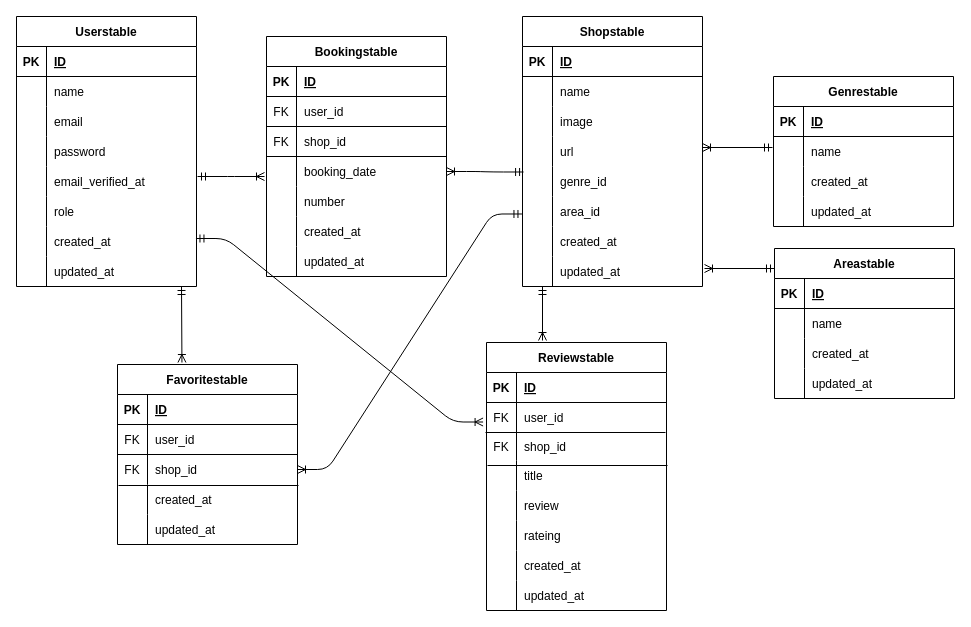
This is ER.drawio from Otsumu/Diningnavi, a draw.io file, before an edit. Source tidied: cells renumbered, new cells numbered last; positions are measured from the earlier drawing's top-left corner, leaving out a move shared by most shapes. Both pictures are drawn from the tidied source at 100%, with x=0, y=0 at pixel (16, 16).
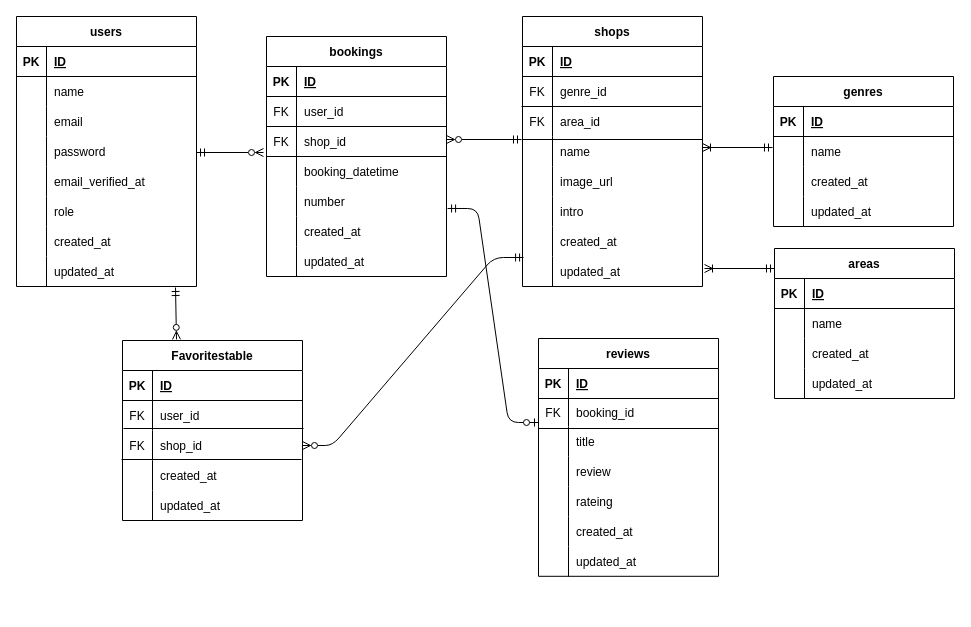
Above is the later version.

Unchanged cells that the change refers to:
```xml
<mxCell id="21" style="shape=tableRow;horizontal=0;startSize=0;swimlaneHead=0;swimlaneBody=0;fillColor=none;points=[[0,0.5],[1,0.5]];portConstraint=eastwest;top=0;left=0;right=0;bottom=0;rounded=0;" parent="2" vertex="1">
  <mxGeometry y="210" width="180" height="30" as="geometry" />
</mxCell>
<mxCell id="46" style="shape=tableRow;horizontal=0;startSize=0;swimlaneHead=0;swimlaneBody=0;fillColor=none;points=[[0,0.5],[1,0.5]];portConstraint=eastwest;top=0;left=0;right=0;bottom=0;rounded=0;" parent="27" vertex="1">
  <mxGeometry y="210" width="180" height="30" as="geometry" />
</mxCell>
<mxCell id="62" style="shape=tableRow;horizontal=0;startSize=0;swimlaneHead=0;swimlaneBody=0;fillColor=none;points=[[0,0.5],[1,0.5]];portConstraint=eastwest;top=0;left=0;right=0;bottom=0;rounded=0;" parent="52" vertex="1">
  <mxGeometry y="120" width="180" height="30" as="geometry" />
</mxCell>
<mxCell id="65" style="shape=tableRow;horizontal=0;startSize=0;swimlaneHead=0;swimlaneBody=0;fillColor=none;points=[[0,0.5],[1,0.5]];portConstraint=eastwest;top=0;left=0;right=0;bottom=0;rounded=0;" parent="52" vertex="1">
  <mxGeometry y="150" width="180" height="30" as="geometry" />
</mxCell>
<mxCell id="71" style="shape=tableRow;horizontal=0;startSize=0;swimlaneHead=0;swimlaneBody=0;fillColor=none;top=0;left=0;right=0;bottom=0;rounded=0;" parent="52" vertex="1">
  <mxGeometry y="210" width="180" height="30" as="geometry" />
</mxCell>
<mxCell id="110" style="shape=tableRow;horizontal=0;startSize=0;swimlaneHead=0;swimlaneBody=0;fillColor=none;points=[[0,0.5],[1,0.5]];portConstraint=eastwest;top=0;left=0;right=0;bottom=0;rounded=0;" parent="103" vertex="1">
  <mxGeometry y="90" width="180" height="30" as="geometry" />
</mxCell>
```

Change to the diagram source:
```diff
@@
-    <mxCell id="2" value="Userstable" style="shape=table;startSize=30;childLayout=tableLayout;rowLines=0;fontStyle=1;align=center;rounded=0;" parent="1" vertex="1">
+    <mxCell id="2" value="users" style="shape=table;startSize=30;childLayout=tableLayout;rowLines=0;fontStyle=1;align=center;rounded=0;" parent="1" vertex="1">
       <mxGeometry width="180" height="270" as="geometry" />
     </mxCell>
@@
-    <mxCell id="27" value="Shopstable" style="shape=table;startSize=30;childLayout=tableLayout;rowLines=0;fontStyle=1;align=center;rounded=0;" parent="1" vertex="1">
+    <mxCell id="27" value="shops" style="shape=table;startSize=30;childLayout=tableLayout;rowLines=0;fontStyle=1;align=center;rounded=0;" parent="1" vertex="1">
       <mxGeometry x="506" width="180" height="270" as="geometry" />
     </mxCell>
@@
+    <mxCell id="156" style="shape=tableRow;horizontal=0;startSize=0;swimlaneHead=0;swimlaneBody=0;fillColor=none;top=0;left=0;right=0;bottom=0;rounded=0;" parent="27" vertex="1">
+      <mxGeometry y="60" width="180" height="30" as="geometry" />
+    </mxCell>
+    <mxCell id="157" value="FK" style="shape=partialRectangle;fillColor=none;top=0;left=0;bottom=0;right=0;overflow=hidden;rounded=0;" parent="156" vertex="1">
+      <mxGeometry width="30" height="30" as="geometry" />
+    </mxCell>
+    <mxCell id="42" value="genre_id" style="shape=partialRectangle;fillColor=none;top=0;left=0;bottom=0;right=0;align=left;spacingLeft=6;overflow=hidden;rounded=0;" parent="156" vertex="1">
+      <mxGeometry x="30" width="150" height="30" as="geometry" />
+    </mxCell>
+    <mxCell id="158" style="shape=tableRow;horizontal=0;startSize=0;swimlaneHead=0;swimlaneBody=0;fillColor=none;top=0;left=0;right=0;bottom=0;rounded=0;" parent="27" vertex="1">
+      <mxGeometry y="90" width="180" height="30" as="geometry" />
+    </mxCell>
+    <mxCell id="159" value="FK" style="shape=partialRectangle;fillColor=none;top=0;left=0;bottom=0;right=0;overflow=hidden;rounded=0;" parent="158" vertex="1">
+      <mxGeometry width="30" height="30" as="geometry" />
+    </mxCell>
+    <mxCell id="45" value="area_id" style="shape=partialRectangle;fillColor=none;top=0;left=0;bottom=0;right=0;align=left;spacingLeft=6;overflow=hidden;rounded=0;" parent="158" vertex="1">
+      <mxGeometry x="30" width="150" height="30" as="geometry" />
+    </mxCell>
     <mxCell id="31" style="shape=tableRow;horizontal=0;startSize=0;swimlaneHead=0;swimlaneBody=0;fillColor=none;top=0;left=0;right=0;bottom=0;rounded=0;" parent="27" vertex="1">
-      <mxGeometry y="60" width="180" height="30" as="geometry" />
+      <mxGeometry y="120" width="180" height="30" as="geometry" />
     </mxCell>
@@
     <mxCell id="34" style="shape=tableRow;horizontal=0;startSize=0;swimlaneHead=0;swimlaneBody=0;fillColor=none;top=0;left=0;right=0;bottom=0;rounded=0;" parent="27" vertex="1">
-      <mxGeometry y="90" width="180" height="30" as="geometry" />
+      <mxGeometry y="150" width="180" height="30" as="geometry" />
     </mxCell>
@@
-    <mxCell id="36" value="image" style="shape=partialRectangle;fillColor=none;top=0;left=0;bottom=0;right=0;align=left;spacingLeft=6;overflow=hidden;rounded=0;" parent="34" vertex="1">
+    <mxCell id="36" value="image_url" style="shape=partialRectangle;fillColor=none;top=0;left=0;bottom=0;right=0;align=left;spacingLeft=6;overflow=hidden;rounded=0;" parent="34" vertex="1">
       <mxGeometry x="30" width="150" height="30" as="geometry" />
     </mxCell>
     <mxCell id="37" style="shape=tableRow;horizontal=0;startSize=0;swimlaneHead=0;swimlaneBody=0;fillColor=none;top=0;left=0;right=0;bottom=0;rounded=0;" parent="27" vertex="1">
-      <mxGeometry y="120" width="180" height="30" as="geometry" />
+      <mxGeometry y="180" width="180" height="30" as="geometry" />
     </mxCell>
@@
-    <mxCell id="39" value="url" style="shape=partialRectangle;fillColor=none;top=0;left=0;bottom=0;right=0;align=left;spacingLeft=6;overflow=hidden;rounded=0;" parent="37" vertex="1">
+    <mxCell id="39" value="intro" style="shape=partialRectangle;fillColor=none;top=0;left=0;bottom=0;right=0;align=left;spacingLeft=6;overflow=hidden;rounded=0;" parent="37" vertex="1">
       <mxGeometry x="30" width="150" height="30" as="geometry" />
     </mxCell>
-    <mxCell id="40" style="shape=tableRow;horizontal=0;startSize=0;swimlaneHead=0;swimlaneBody=0;fillColor=none;points=[[0,0.5],[1,0.5]];portConstraint=eastwest;top=0;left=0;right=0;bottom=0;rounded=0;" parent="27" vertex="1">
-      <mxGeometry y="150" width="180" height="30" as="geometry" />
-    </mxCell>
-    <mxCell id="41" style="shape=partialRectangle;fillColor=none;top=0;left=0;bottom=0;right=0;overflow=hidden;rounded=0;" parent="40" vertex="1">
-      <mxGeometry width="30" height="30" as="geometry" />
-    </mxCell>
-    <mxCell id="42" value="genre_id" style="shape=partialRectangle;fillColor=none;top=0;left=0;bottom=0;right=0;align=left;spacingLeft=6;overflow=hidden;rounded=0;" parent="40" vertex="1">
-      <mxGeometry x="30" width="150" height="30" as="geometry" />
-    </mxCell>
-    <mxCell id="43" style="shape=tableRow;horizontal=0;startSize=0;swimlaneHead=0;swimlaneBody=0;fillColor=none;points=[[0,0.5],[1,0.5]];portConstraint=eastwest;top=0;left=0;right=0;bottom=0;rounded=0;" parent="27" vertex="1">
-      <mxGeometry y="180" width="180" height="30" as="geometry" />
-    </mxCell>
-    <mxCell id="44" style="shape=partialRectangle;fillColor=none;top=0;left=0;bottom=0;right=0;overflow=hidden;rounded=0;" parent="43" vertex="1">
-      <mxGeometry width="30" height="30" as="geometry" />
-    </mxCell>
-    <mxCell id="45" value="area_id" style="shape=partialRectangle;fillColor=none;top=0;left=0;bottom=0;right=0;align=left;spacingLeft=6;overflow=hidden;rounded=0;" parent="43" vertex="1">
-      <mxGeometry x="30" width="150" height="30" as="geometry" />
-    </mxCell>
@@
-    <mxCell id="52" value="Bookingstable" style="shape=table;startSize=30;childLayout=tableLayout;rowLines=0;fontStyle=1;align=center;rounded=0;" parent="1" vertex="1">
+    <mxCell id="52" value="bookings" style="shape=table;startSize=30;childLayout=tableLayout;rowLines=0;fontStyle=1;align=center;rounded=0;" parent="1" vertex="1">
       <mxGeometry x="250" y="20" width="180" height="240" as="geometry" />
     </mxCell>
@@
-    <mxCell id="64" value="booking_date" style="shape=partialRectangle;fillColor=none;top=0;left=0;bottom=0;right=0;align=left;spacingLeft=6;overflow=hidden;rounded=0;" parent="62" vertex="1">
+    <mxCell id="64" value="booking_datetime" style="shape=partialRectangle;fillColor=none;top=0;left=0;bottom=0;right=0;align=left;spacingLeft=6;overflow=hidden;rounded=0;" parent="62" vertex="1">
       <mxGeometry x="30" width="150" height="30" as="geometry" />
     </mxCell>
@@
-    <mxCell id="72" style="shape=partialRectangle;fillColor=none;top=0;left=0;bottom=0;right=0;overflow=hidden;rounded=0;" parent="71" vertex="1">
-      <mxGeometry width="30" height="30" as="geometry" />
-    </mxCell>
+    <mxCell id="160" style="shape=partialRectangle;fillColor=none;top=0;left=0;bottom=0;right=0;overflow=hidden;rounded=0;" parent="71" vertex="1">
+      <mxGeometry width="30" height="30" as="geometry" />
+    </mxCell>
@@
-    <mxCell id="76" value="Genrestable" style="shape=table;startSize=30;childLayout=tableLayout;rowLines=0;fontStyle=1;align=center;rounded=0;" parent="1" vertex="1">
+    <mxCell id="76" value="genres" style="shape=table;startSize=30;childLayout=tableLayout;rowLines=0;fontStyle=1;align=center;rounded=0;" parent="1" vertex="1">
       <mxGeometry x="757" y="60" width="180" height="150" as="geometry" />
     </mxCell>
@@
-    <mxCell id="89" value="Areastable" style="shape=table;startSize=30;childLayout=tableLayout;rowLines=0;fontStyle=1;align=center;rounded=0;" parent="1" vertex="1">
+    <mxCell id="89" value="areas" style="shape=table;startSize=30;childLayout=tableLayout;rowLines=0;fontStyle=1;align=center;rounded=0;" parent="1" vertex="1">
       <mxGeometry x="758" y="232" width="180" height="150" as="geometry" />
     </mxCell>
@@
     <mxCell id="103" value="Favoritestable" style="shape=table;startSize=30;childLayout=tableLayout;rowLines=0;fontStyle=1;align=center;rounded=0;" parent="1" vertex="1">
-      <mxGeometry x="101" y="348" width="180" height="180" as="geometry" />
+      <mxGeometry x="106" y="324" width="180" height="180" as="geometry" />
     </mxCell>
@@
-    <mxCell id="119" value="Reviewstable" style="shape=table;startSize=30;childLayout=tableLayout;rowLines=0;fontStyle=1;align=center;rounded=0;" parent="1" vertex="1">
-      <mxGeometry x="470" y="326" width="180" height="268" as="geometry" />
+    <mxCell id="119" value="reviews" style="shape=table;startSize=30;childLayout=tableLayout;rowLines=0;fontStyle=1;align=center;rounded=0;" parent="1" vertex="1">
+      <mxGeometry x="522" y="322" width="180" height="237.8" as="geometry" />
     </mxCell>
@@
     <mxCell id="123" style="shape=tableRow;horizontal=0;startSize=0;swimlaneHead=0;swimlaneBody=0;fillColor=none;points=[[0,0.5],[1,0.5]];portConstraint=eastwest;top=0;left=0;right=0;bottom=0;rounded=0;" parent="119" vertex="1">
-      <mxGeometry y="60" width="180" height="30" as="geometry" />
+      <mxGeometry y="60" width="180" height="28" as="geometry" />
     </mxCell>
     <mxCell id="124" value="FK" style="shape=partialRectangle;fillColor=none;top=0;left=0;bottom=0;right=0;overflow=hidden;rounded=0;" parent="123" vertex="1">
-      <mxGeometry width="30" height="30" as="geometry" />
+      <mxGeometry width="30" height="28" as="geometry" />
     </mxCell>
-    <mxCell id="125" value="user_id" style="shape=partialRectangle;fillColor=none;top=0;left=0;bottom=0;right=0;align=left;spacingLeft=6;overflow=hidden;rounded=0;" parent="123" vertex="1">
-      <mxGeometry x="30" width="150" height="30" as="geometry" />
+    <mxCell id="125" value="booking_id" style="shape=partialRectangle;fillColor=none;top=0;left=0;bottom=0;right=0;align=left;spacingLeft=6;overflow=hidden;rounded=0;" parent="123" vertex="1">
+      <mxGeometry x="30" width="150" height="28" as="geometry" />
     </mxCell>
-    <mxCell id="126" style="shape=tableRow;horizontal=0;startSize=0;swimlaneHead=0;swimlaneBody=0;fillColor=none;top=0;left=0;right=0;bottom=0;rounded=0;" parent="119" vertex="1">
-      <mxGeometry y="90" width="180" height="28" as="geometry" />
-    </mxCell>
-    <mxCell id="127" value="FK" style="shape=partialRectangle;fillColor=none;top=0;left=0;bottom=0;right=0;overflow=hidden;rounded=0;" parent="126" vertex="1">
-      <mxGeometry width="30" height="28" as="geometry" />
-    </mxCell>
-    <mxCell id="128" value="shop_id" style="shape=partialRectangle;fillColor=none;top=0;left=0;bottom=0;right=0;align=left;spacingLeft=6;overflow=hidden;rounded=0;" parent="126" vertex="1">
-      <mxGeometry x="30" width="150" height="28" as="geometry" />
-    </mxCell>
     <mxCell id="129" style="shape=tableRow;horizontal=0;startSize=0;swimlaneHead=0;swimlaneBody=0;fillColor=none;top=0;left=0;right=0;bottom=0;rounded=0;" parent="119" vertex="1">
-      <mxGeometry y="118" width="180" height="30" as="geometry" />
+      <mxGeometry y="88" width="180" height="30" as="geometry" />
     </mxCell>
@@
     <mxCell id="132" style="shape=tableRow;horizontal=0;startSize=0;swimlaneHead=0;swimlaneBody=0;fillColor=none;top=0;left=0;right=0;bottom=0;rounded=0;" parent="119" vertex="1">
-      <mxGeometry y="148" width="180" height="30" as="geometry" />
+      <mxGeometry y="118" width="180" height="30" as="geometry" />
     </mxCell>
@@
     <mxCell id="135" style="shape=tableRow;horizontal=0;startSize=0;swimlaneHead=0;swimlaneBody=0;fillColor=none;top=0;left=0;right=0;bottom=0;rounded=0;" parent="119" vertex="1">
-      <mxGeometry y="178" width="180" height="30" as="geometry" />
+      <mxGeometry y="148" width="180" height="30" as="geometry" />
     </mxCell>
@@
     <mxCell id="138" style="shape=tableRow;horizontal=0;startSize=0;swimlaneHead=0;swimlaneBody=0;fillColor=none;top=0;left=0;right=0;bottom=0;rounded=0;" parent="119" vertex="1">
-      <mxGeometry y="208" width="180" height="30" as="geometry" />
+      <mxGeometry y="178" width="180" height="30" as="geometry" />
     </mxCell>
@@
     <mxCell id="141" style="shape=tableRow;horizontal=0;startSize=0;swimlaneHead=0;swimlaneBody=0;fillColor=none;top=0;left=0;right=0;bottom=0;rounded=0;" parent="119" vertex="1">
-      <mxGeometry y="238" width="180" height="30" as="geometry" />
+      <mxGeometry y="208" width="180" height="30" as="geometry" />
     </mxCell>
@@
     <mxCell id="144" style="endArrow=none;html=1;rounded=0;" parent="1" edge="1">
       <mxGeometry relative="1" as="geometry">
-        <mxPoint x="469" y="416" as="sourcePoint" />
-        <mxPoint x="649" y="416" as="targetPoint" />
+        <mxPoint x="522" y="412" as="sourcePoint" />
+        <mxPoint x="702" y="412" as="targetPoint" />
       </mxGeometry>
     </mxCell>
-    <mxCell id="145" style="endArrow=none;html=1;rounded=0;" parent="1" edge="1">
-      <mxGeometry relative="1" as="geometry">
-        <mxPoint x="471" y="449" as="sourcePoint" />
-        <mxPoint x="651" y="449" as="targetPoint" />
-      </mxGeometry>
-    </mxCell>
-    <mxCell id="146" style="edgeStyle=entityRelationEdgeStyle;fontSize=12;html=1;endArrow=ERoneToMany;startArrow=ERmandOne;rounded=0;" parent="1" edge="1">
-      <mxGeometry relative="1" as="geometry">
-        <mxPoint x="181" y="160" as="sourcePoint" />
-        <mxPoint x="248" y="160" as="targetPoint" />
-      </mxGeometry>
-    </mxCell>
-    <mxCell id="147" style="edgeStyle=entityRelationEdgeStyle;fontSize=12;html=1;endArrow=ERoneToMany;startArrow=ERmandOne;rounded=1;exitX=0.006;exitY=0.183;exitDx=0;exitDy=0;exitPerimeter=0;" parent="1" edge="1" source="40" target="62">
-      <mxGeometry relative="1" as="geometry" />
-    </mxCell>
-    <mxCell id="148" style="endArrow=ERoneToMany;html=1;rounded=0;startArrow=ERmandOne;startFill=0;endFill=0;entryX=0.358;entryY=-0.011;entryDx=0;entryDy=0;entryPerimeter=0;" parent="1" edge="1" target="103">
-      <mxGeometry relative="1" as="geometry">
-        <mxPoint x="165" y="270" as="sourcePoint" />
-      </mxGeometry>
-    </mxCell>
@@
-    <mxCell id="151" style="edgeStyle=entityRelationEdgeStyle;fontSize=12;html=1;endArrow=ERmandOne;rounded=1;entryX=-0.003;entryY=0.583;entryDx=0;entryDy=0;entryPerimeter=0;startArrow=ERoneToMany;startFill=0;" parent="1" edge="1" source="110" target="43">
+    <mxCell id="151" style="edgeStyle=entityRelationEdgeStyle;fontSize=12;html=1;endArrow=ERmandOne;rounded=1;startArrow=ERzeroToMany;startFill=0;entryX=0.006;entryY=1.033;entryDx=0;entryDy=0;entryPerimeter=0;" parent="1" edge="1" source="110" target="46">
       <mxGeometry relative="1" as="geometry" />
     </mxCell>
-    <mxCell id="152" style="edgeStyle=entityRelationEdgeStyle;fontSize=12;html=1;endArrow=ERoneToMany;startArrow=ERmandOne;rounded=1;exitX=0.997;exitY=0.4;exitDx=0;exitDy=0;exitPerimeter=0;entryX=-0.019;entryY=0.65;entryDx=0;entryDy=0;entryPerimeter=0;" parent="1" edge="1" source="21" target="123">
-      <mxGeometry relative="1" as="geometry" />
-    </mxCell>
-    <mxCell id="153" style="endArrow=ERmandOne;html=1;rounded=0;startArrow=ERoneToMany;startFill=0;endFill=0;" parent="1" edge="1">
-      <mxGeometry relative="1" as="geometry">
-        <mxPoint x="526" y="324" as="sourcePoint" />
-        <mxPoint x="526" y="270" as="targetPoint" />
-      </mxGeometry>
-    </mxCell>
     <mxCell id="154" style="endArrow=none;html=1;rounded=0;" parent="1" edge="1">
       <mxGeometry relative="1" as="geometry">
-        <mxPoint x="101" y="438" as="sourcePoint" />
-        <mxPoint x="281" y="438" as="targetPoint" />
+        <mxPoint x="107" y="412" as="sourcePoint" />
+        <mxPoint x="287" y="412" as="targetPoint" />
       </mxGeometry>
     </mxCell>
     <mxCell id="155" style="endArrow=none;html=1;rounded=0;" parent="1" edge="1">
       <mxGeometry relative="1" as="geometry">
-        <mxPoint x="102" y="469" as="sourcePoint" />
-        <mxPoint x="282" y="469" as="targetPoint" />
+        <mxPoint x="105" y="443" as="sourcePoint" />
+        <mxPoint x="285" y="443" as="targetPoint" />
       </mxGeometry>
     </mxCell>
+    <mxCell id="161" style="endArrow=none;html=1;rounded=0;" parent="1" edge="1">
+      <mxGeometry relative="1" as="geometry">
+        <mxPoint x="505" y="90" as="sourcePoint" />
+        <mxPoint x="685" y="90" as="targetPoint" />
+      </mxGeometry>
+    </mxCell>
+    <mxCell id="162" style="endArrow=none;html=1;rounded=0;" parent="1" edge="1">
+      <mxGeometry relative="1" as="geometry">
+        <mxPoint x="506" y="123" as="sourcePoint" />
+        <mxPoint x="686" y="123" as="targetPoint" />
+      </mxGeometry>
+    </mxCell>
+    <mxCell id="163" style="edgeStyle=entityRelationEdgeStyle;fontSize=12;html=1;endArrow=ERzeroToOne;startArrow=ERmandOne;entryX=0;entryY=0.857;entryDx=0;entryDy=0;entryPerimeter=0;exitX=1.006;exitY=0.733;exitDx=0;exitDy=0;exitPerimeter=0;" parent="1" edge="1" source="65" target="123">
+      <mxGeometry relative="1" as="geometry" />
+    </mxCell>
+    <mxCell id="164" style="endArrow=ERzeroToMany;html=1;rounded=0;startArrow=ERmandOne;startFill=0;endFill=0;" parent="1" edge="1">
+      <mxGeometry relative="1" as="geometry">
+        <mxPoint x="180" y="136" as="sourcePoint" />
+        <mxPoint x="247" y="136" as="targetPoint" />
+      </mxGeometry>
+    </mxCell>
+    <mxCell id="165" style="endArrow=ERzeroToMany;html=1;rounded=0;entryX=0.3;entryY=-0.006;entryDx=0;entryDy=0;entryPerimeter=0;startArrow=ERmandOne;startFill=0;endFill=0;" parent="1" edge="1" target="103">
+      <mxGeometry relative="1" as="geometry">
+        <mxPoint x="159" y="271" as="sourcePoint" />
+      </mxGeometry>
+    </mxCell>
+    <mxCell id="166" style="endArrow=ERmandOne;html=1;rounded=0;startArrow=ERzeroToMany;startFill=0;endFill=0;" parent="1" edge="1">
+      <mxGeometry relative="1" as="geometry">
+        <mxPoint x="430" y="123" as="sourcePoint" />
+        <mxPoint x="505" y="123" as="targetPoint" />
+      </mxGeometry>
+    </mxCell>
```
